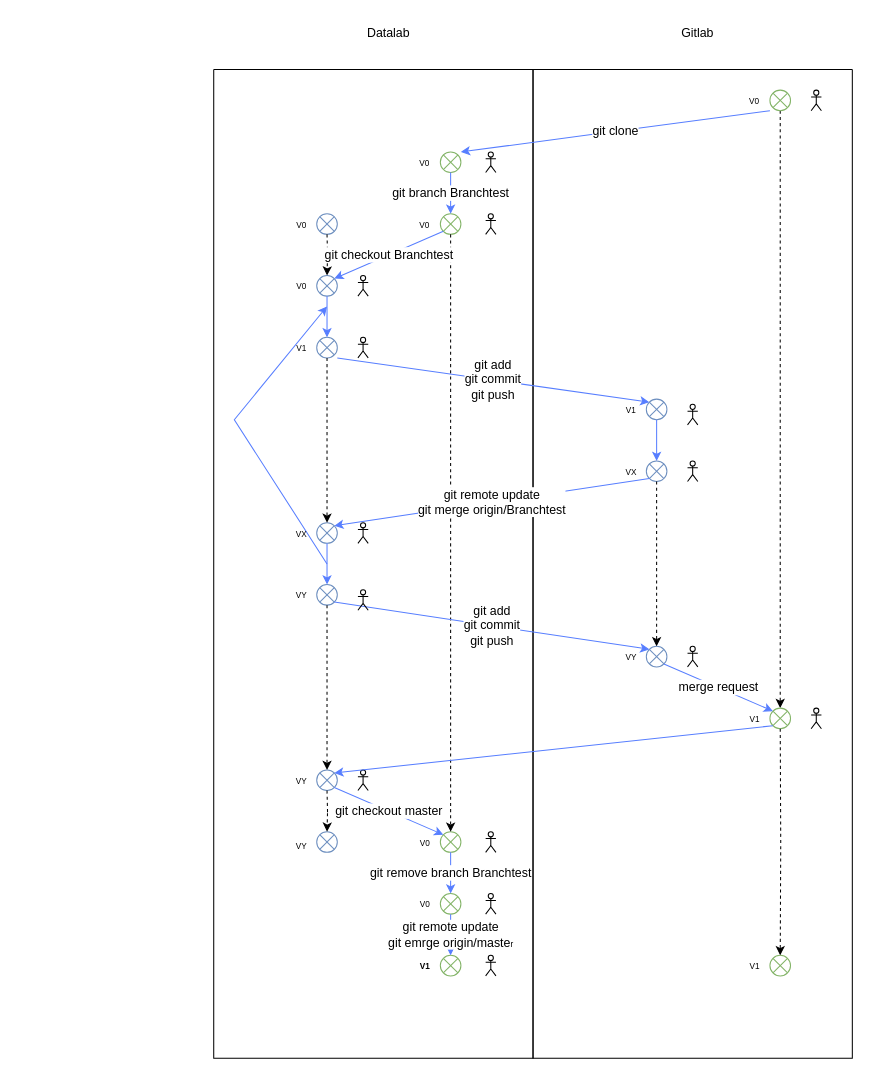
Earlier version of the draw.io diagram Diagramme sans nom.drawio (lepelletieralexandre/PA). Source tidied: cells renumbered, new cells numbered last; positions are measured from the earlier drawing's top-left corner, leaving out a move shared by most shapes. Both pictures are drawn from the tidied source at 103%, with x=0, y=0 at pixel (213, 18).
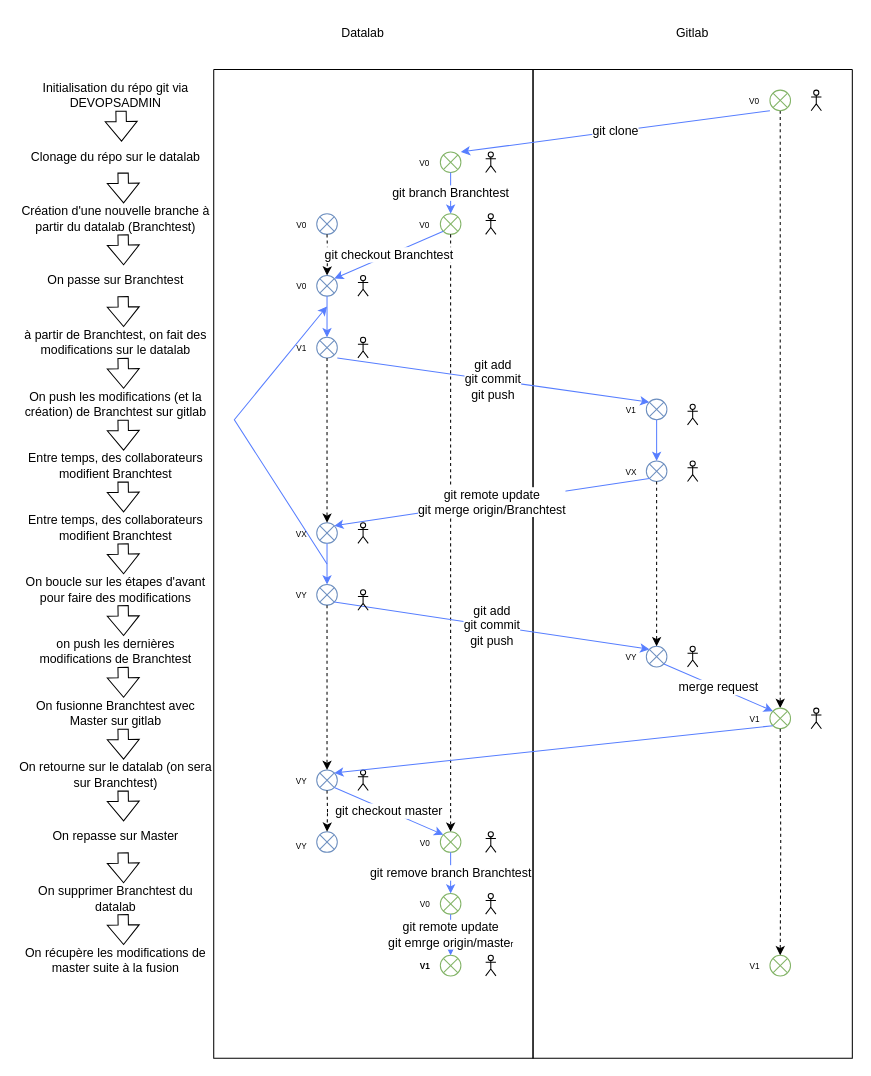
Above is the later version.

Commit message:
Mettre à jour Diagramme sans nom.drawio

Diff of the diagram source:
```diff
@@
     <mxCell id="63" value="Datalab" style="text;html=1;strokeColor=none;fillColor=none;align=center;verticalAlign=middle;whiteSpace=wrap;rounded=0;" parent="1" vertex="1">
-      <mxGeometry x="80" width="180" height="30" as="geometry" />
+      <mxGeometry x="55" width="180" height="30" as="geometry" />
     </mxCell>
     <mxCell id="64" value="Gitlab" style="text;html=1;strokeColor=none;fillColor=none;align=center;verticalAlign=middle;whiteSpace=wrap;rounded=0;" parent="1" vertex="1">
-      <mxGeometry x="410" width="120" height="30" as="geometry" />
+      <mxGeometry x="405" width="120" height="30" as="geometry" />
     </mxCell>
@@
+    <mxCell id="80" value="Initialisation du répo git via DEVOPSADMIN" style="text;html=1;strokeColor=none;fillColor=none;align=center;verticalAlign=middle;whiteSpace=wrap;rounded=0;" parent="1" vertex="1">
+      <mxGeometry x="-190" y="60" width="190" height="30" as="geometry" />
+    </mxCell>
+    <mxCell id="81" value="Clonage du répo sur le datalab" style="text;html=1;strokeColor=none;fillColor=none;align=center;verticalAlign=middle;whiteSpace=wrap;rounded=0;" parent="1" vertex="1">
+      <mxGeometry x="-190" y="120" width="190" height="30" as="geometry" />
+    </mxCell>
+    <mxCell id="82" style="shape=flexArrow;endArrow=classic;html=1;rounded=0;exitX=0.5;exitY=1;exitDx=0;exitDy=0;" parent="1" edge="1">
+      <mxGeometry relative="1" as="geometry">
+        <mxPoint x="-88" y="150" as="sourcePoint" />
+        <mxPoint x="-87.5" y="180" as="targetPoint" />
+      </mxGeometry>
+    </mxCell>
+    <mxCell id="83" style="shape=flexArrow;endArrow=classic;html=1;rounded=0;exitX=0.5;exitY=1;exitDx=0;exitDy=0;" parent="1" edge="1">
+      <mxGeometry relative="1" as="geometry">
+        <mxPoint x="-88" y="210" as="sourcePoint" />
+        <mxPoint x="-87.5" y="240" as="targetPoint" />
+      </mxGeometry>
+    </mxCell>
+    <mxCell id="84" style="shape=flexArrow;endArrow=classic;html=1;rounded=0;exitX=0.5;exitY=1;exitDx=0;exitDy=0;" parent="1" edge="1">
+      <mxGeometry relative="1" as="geometry">
+        <mxPoint x="-88" y="270" as="sourcePoint" />
+        <mxPoint x="-87.5" y="300" as="targetPoint" />
+      </mxGeometry>
+    </mxCell>
+    <mxCell id="85" style="shape=flexArrow;endArrow=classic;html=1;rounded=0;exitX=0.5;exitY=1;exitDx=0;exitDy=0;" parent="1" edge="1">
+      <mxGeometry relative="1" as="geometry">
+        <mxPoint x="-88" y="330" as="sourcePoint" />
+        <mxPoint x="-87.5" y="360" as="targetPoint" />
+      </mxGeometry>
+    </mxCell>
+    <mxCell id="86" style="shape=flexArrow;endArrow=classic;html=1;rounded=0;exitX=0.5;exitY=1;exitDx=0;exitDy=0;" parent="1" edge="1">
+      <mxGeometry relative="1" as="geometry">
+        <mxPoint x="-88" y="390" as="sourcePoint" />
+        <mxPoint x="-87.5" y="420" as="targetPoint" />
+      </mxGeometry>
+    </mxCell>
+    <mxCell id="87" style="shape=flexArrow;endArrow=classic;html=1;rounded=0;exitX=0.5;exitY=1;exitDx=0;exitDy=0;" parent="1" edge="1">
+      <mxGeometry relative="1" as="geometry">
+        <mxPoint x="-88" y="450" as="sourcePoint" />
+        <mxPoint x="-87.5" y="480" as="targetPoint" />
+      </mxGeometry>
+    </mxCell>
+    <mxCell id="88" style="shape=flexArrow;endArrow=classic;html=1;rounded=0;exitX=0.5;exitY=1;exitDx=0;exitDy=0;" parent="1" edge="1">
+      <mxGeometry relative="1" as="geometry">
+        <mxPoint x="-88" y="510" as="sourcePoint" />
+        <mxPoint x="-87.5" y="540" as="targetPoint" />
+      </mxGeometry>
+    </mxCell>
+    <mxCell id="89" style="shape=flexArrow;endArrow=classic;html=1;rounded=0;exitX=0.5;exitY=1;exitDx=0;exitDy=0;" parent="1" edge="1">
+      <mxGeometry relative="1" as="geometry">
+        <mxPoint x="-88" y="570" as="sourcePoint" />
+        <mxPoint x="-87.5" y="600" as="targetPoint" />
+      </mxGeometry>
+    </mxCell>
+    <mxCell id="90" style="shape=flexArrow;endArrow=classic;html=1;rounded=0;exitX=0.5;exitY=1;exitDx=0;exitDy=0;" parent="1" edge="1">
+      <mxGeometry relative="1" as="geometry">
+        <mxPoint x="-88" y="630" as="sourcePoint" />
+        <mxPoint x="-87.5" y="660" as="targetPoint" />
+      </mxGeometry>
+    </mxCell>
+    <mxCell id="91" style="shape=flexArrow;endArrow=classic;html=1;rounded=0;exitX=0.5;exitY=1;exitDx=0;exitDy=0;" parent="1" edge="1">
+      <mxGeometry relative="1" as="geometry">
+        <mxPoint x="-88" y="690" as="sourcePoint" />
+        <mxPoint x="-87.5" y="720" as="targetPoint" />
+      </mxGeometry>
+    </mxCell>
+    <mxCell id="92" style="shape=flexArrow;endArrow=classic;html=1;rounded=0;exitX=0.5;exitY=1;exitDx=0;exitDy=0;" parent="1" edge="1">
+      <mxGeometry relative="1" as="geometry">
+        <mxPoint x="-88" y="750" as="sourcePoint" />
+        <mxPoint x="-87.5" y="780" as="targetPoint" />
+      </mxGeometry>
+    </mxCell>
+    <mxCell id="93" style="shape=flexArrow;endArrow=classic;html=1;rounded=0;exitX=0.5;exitY=1;exitDx=0;exitDy=0;" parent="1" edge="1">
+      <mxGeometry relative="1" as="geometry">
+        <mxPoint x="-88" y="810" as="sourcePoint" />
+        <mxPoint x="-87.5" y="840" as="targetPoint" />
+      </mxGeometry>
+    </mxCell>
+    <mxCell id="94" style="shape=flexArrow;endArrow=classic;html=1;rounded=0;exitX=0.5;exitY=1;exitDx=0;exitDy=0;" parent="1" edge="1">
+      <mxGeometry relative="1" as="geometry">
+        <mxPoint x="-88" y="870" as="sourcePoint" />
+        <mxPoint x="-87.5" y="900" as="targetPoint" />
+      </mxGeometry>
+    </mxCell>
+    <mxCell id="95" value="Création d'une nouvelle branche à partir du datalab (Branchtest)" style="text;html=1;strokeColor=none;fillColor=none;align=center;verticalAlign=middle;whiteSpace=wrap;rounded=0;" parent="1" vertex="1">
+      <mxGeometry x="-190" y="180" width="190" height="30" as="geometry" />
+    </mxCell>
+    <mxCell id="96" style="shape=flexArrow;endArrow=classic;html=1;rounded=0;exitX=0.5;exitY=1;exitDx=0;exitDy=0;" parent="1" edge="1">
+      <mxGeometry relative="1" as="geometry">
+        <mxPoint x="-90" y="90" as="sourcePoint" />
+        <mxPoint x="-89.5" y="120" as="targetPoint" />
+      </mxGeometry>
+    </mxCell>
+    <mxCell id="97" value="On passe sur Branchtest" style="text;html=1;strokeColor=none;fillColor=none;align=center;verticalAlign=middle;whiteSpace=wrap;rounded=0;" parent="1" vertex="1">
+      <mxGeometry x="-190" y="240" width="190" height="30" as="geometry" />
+    </mxCell>
+    <mxCell id="98" value="à partir de Branchtest, on fait des modifications sur le datalab" style="text;html=1;strokeColor=none;fillColor=none;align=center;verticalAlign=middle;whiteSpace=wrap;rounded=0;" parent="1" vertex="1">
+      <mxGeometry x="-190" y="300" width="190" height="30" as="geometry" />
+    </mxCell>
+    <mxCell id="99" value="On push les modifications (et la création) de Branchtest sur gitlab" style="text;html=1;strokeColor=none;fillColor=none;align=center;verticalAlign=middle;whiteSpace=wrap;rounded=0;" parent="1" vertex="1">
+      <mxGeometry x="-190" y="360" width="190" height="30" as="geometry" />
+    </mxCell>
+    <mxCell id="100" value="Entre temps, des collaborateurs modifient Branchtest" style="text;html=1;strokeColor=none;fillColor=none;align=center;verticalAlign=middle;whiteSpace=wrap;rounded=0;" parent="1" vertex="1">
+      <mxGeometry x="-190" y="420" width="190" height="30" as="geometry" />
+    </mxCell>
+    <mxCell id="101" value="Entre temps, des collaborateurs modifient Branchtest" style="text;html=1;strokeColor=none;fillColor=none;align=center;verticalAlign=middle;whiteSpace=wrap;rounded=0;" parent="1" vertex="1">
+      <mxGeometry x="-190" y="480" width="190" height="30" as="geometry" />
+    </mxCell>
+    <mxCell id="102" value="On boucle sur les étapes d'avant pour faire des modifications" style="text;html=1;strokeColor=none;fillColor=none;align=center;verticalAlign=middle;whiteSpace=wrap;rounded=0;" parent="1" vertex="1">
+      <mxGeometry x="-190" y="540" width="190" height="30" as="geometry" />
+    </mxCell>
+    <mxCell id="103" value="on push les dernières modifications de Branchtest" style="text;html=1;strokeColor=none;fillColor=none;align=center;verticalAlign=middle;whiteSpace=wrap;rounded=0;" parent="1" vertex="1">
+      <mxGeometry x="-190" y="600" width="190" height="30" as="geometry" />
+    </mxCell>
+    <mxCell id="104" value="On fusionne Branchtest avec Master sur gitlab" style="text;html=1;strokeColor=none;fillColor=none;align=center;verticalAlign=middle;whiteSpace=wrap;rounded=0;" parent="1" vertex="1">
+      <mxGeometry x="-190" y="660" width="190" height="30" as="geometry" />
+    </mxCell>
+    <mxCell id="105" value="On retourne sur le datalab (on sera sur Branchtest)" style="text;html=1;strokeColor=none;fillColor=none;align=center;verticalAlign=middle;whiteSpace=wrap;rounded=0;" parent="1" vertex="1">
+      <mxGeometry x="-190" y="720" width="190" height="30" as="geometry" />
+    </mxCell>
+    <mxCell id="106" value="On repasse sur Master" style="text;html=1;strokeColor=none;fillColor=none;align=center;verticalAlign=middle;whiteSpace=wrap;rounded=0;" parent="1" vertex="1">
+      <mxGeometry x="-190" y="780" width="190" height="30" as="geometry" />
+    </mxCell>
+    <mxCell id="107" value="On supprimer Branchtest du datalab" style="text;html=1;strokeColor=none;fillColor=none;align=center;verticalAlign=middle;whiteSpace=wrap;rounded=0;" parent="1" vertex="1">
+      <mxGeometry x="-190" y="840" width="190" height="30" as="geometry" />
+    </mxCell>
+    <mxCell id="108" value="On récupère les modifications de master suite à la fusion" style="text;html=1;strokeColor=none;fillColor=none;align=center;verticalAlign=middle;whiteSpace=wrap;rounded=0;" parent="1" vertex="1">
+      <mxGeometry x="-190" y="900" width="190" height="30" as="geometry" />
+    </mxCell>
```
